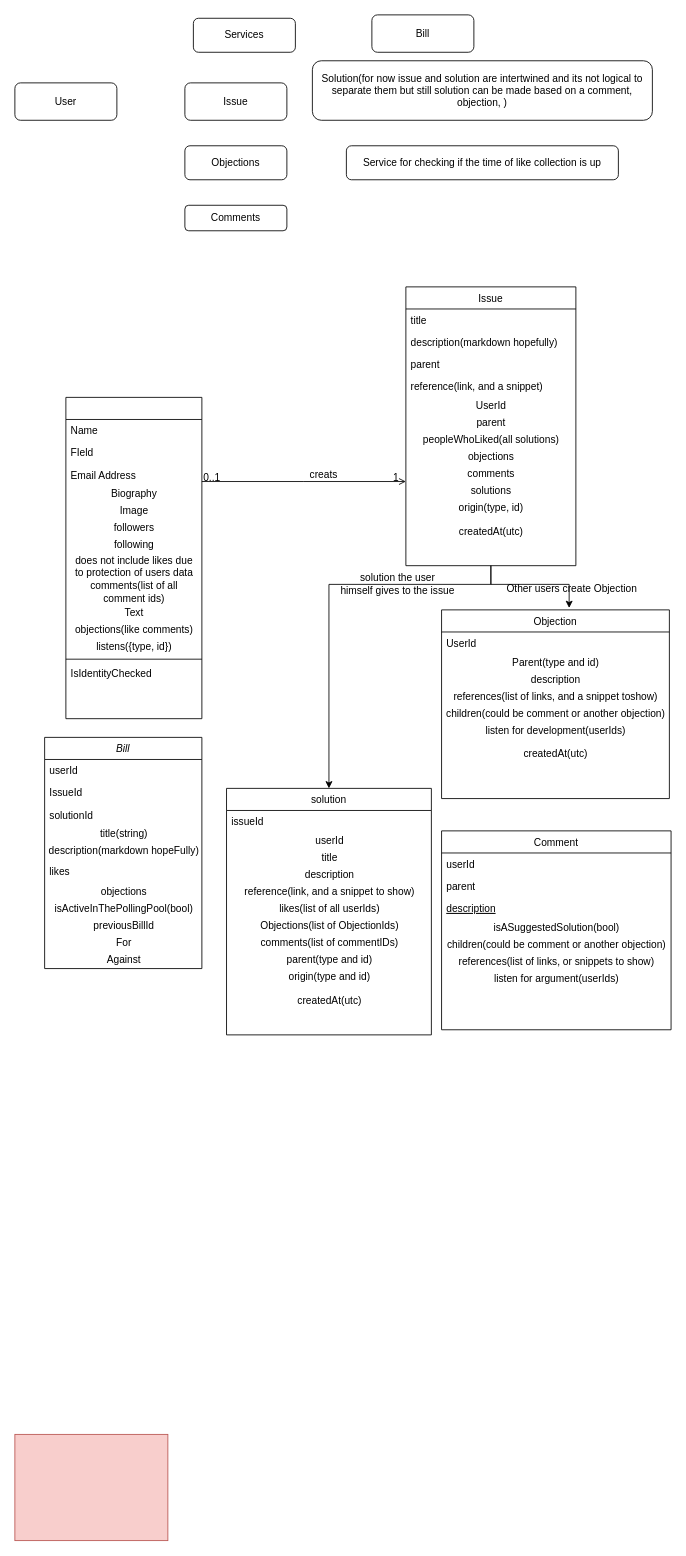
This is Untitled Diagram.drawio from alirezashahali/politlling_political_polling, a draw.io file, before an edit. Source tidied: cells renumbered, new cells numbered last; positions are measured from the earlier drawing's top-left corner, leaving out a move shared by most shapes. Both pictures are drawn from the tidied source at 85%, with x=0, y=0 at pixel (14, 14).
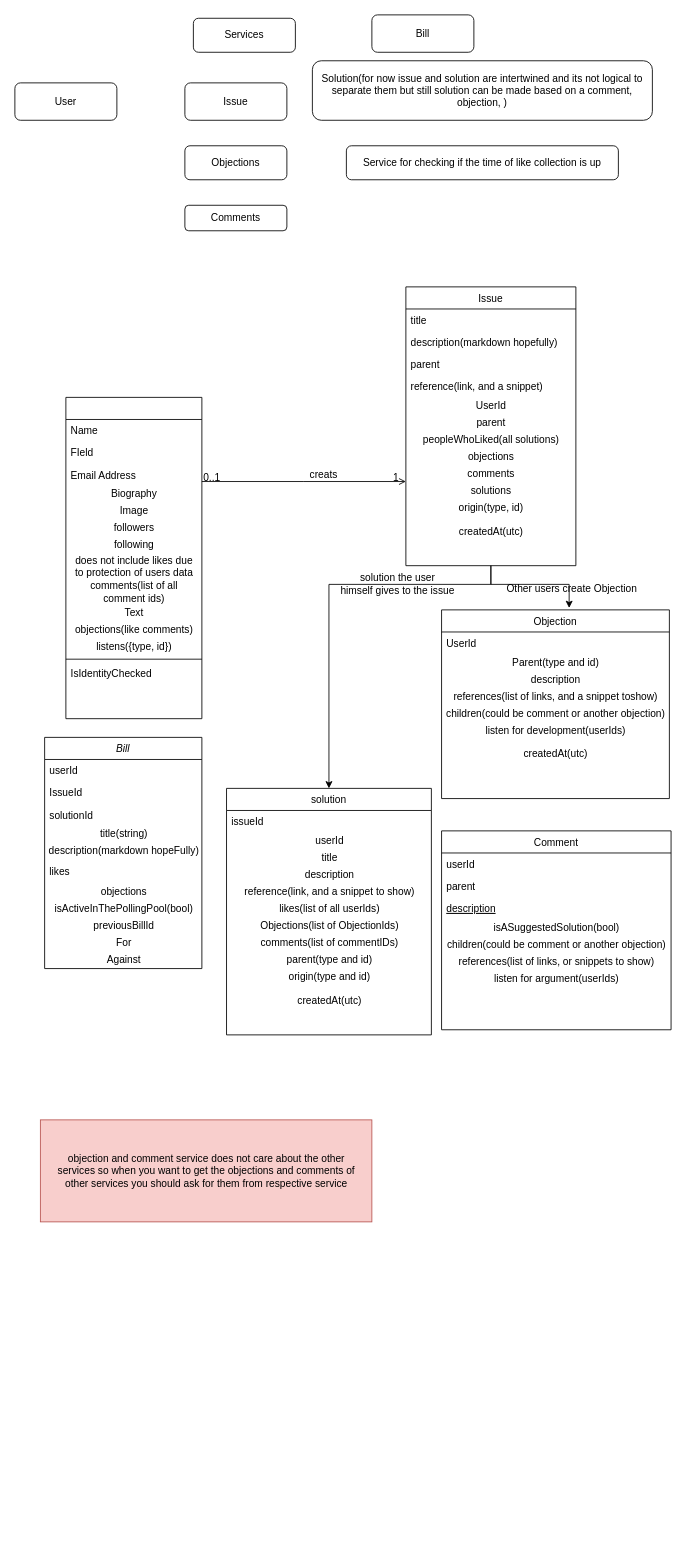
The same page after the edit.

What changed in the source:
```diff
@@
-    <mxCell id="86" style="group;fillColor=#f8cecc;strokeColor=#B85450;" parent="1" vertex="1">
-      <mxGeometry y="1670" width="180" height="125" as="geometry" />
-    </mxCell>
-    <mxCell id="87" style="group;" parent="86" vertex="1">
-      <mxGeometry width="180" height="125" as="geometry" />
-    </mxCell>
+    <mxCell id="88" style="rounded=0;whiteSpace=wrap;html=1;fillColor=#f8cecc;strokeColor=#b85450;" parent="1" vertex="1">
+      <mxGeometry x="30" y="1300" width="390" height="120" as="geometry" />
+    </mxCell>
+    <mxCell id="89" value="&lt;div&gt;objection and comment service does not care about the other&lt;/div&gt;&lt;div&gt;services so when you want to get the objections and comments of&lt;/div&gt;&lt;div&gt;other services you should ask for them from respective service&lt;br&gt;&lt;/div&gt;" style="text;html=1;align=center;verticalAlign=middle;fillColor=none;strokeColor=none;rounded=0;" parent="1" vertex="1">
+      <mxGeometry x="40" y="1335" width="370" height="50" as="geometry" />
+    </mxCell>
```
